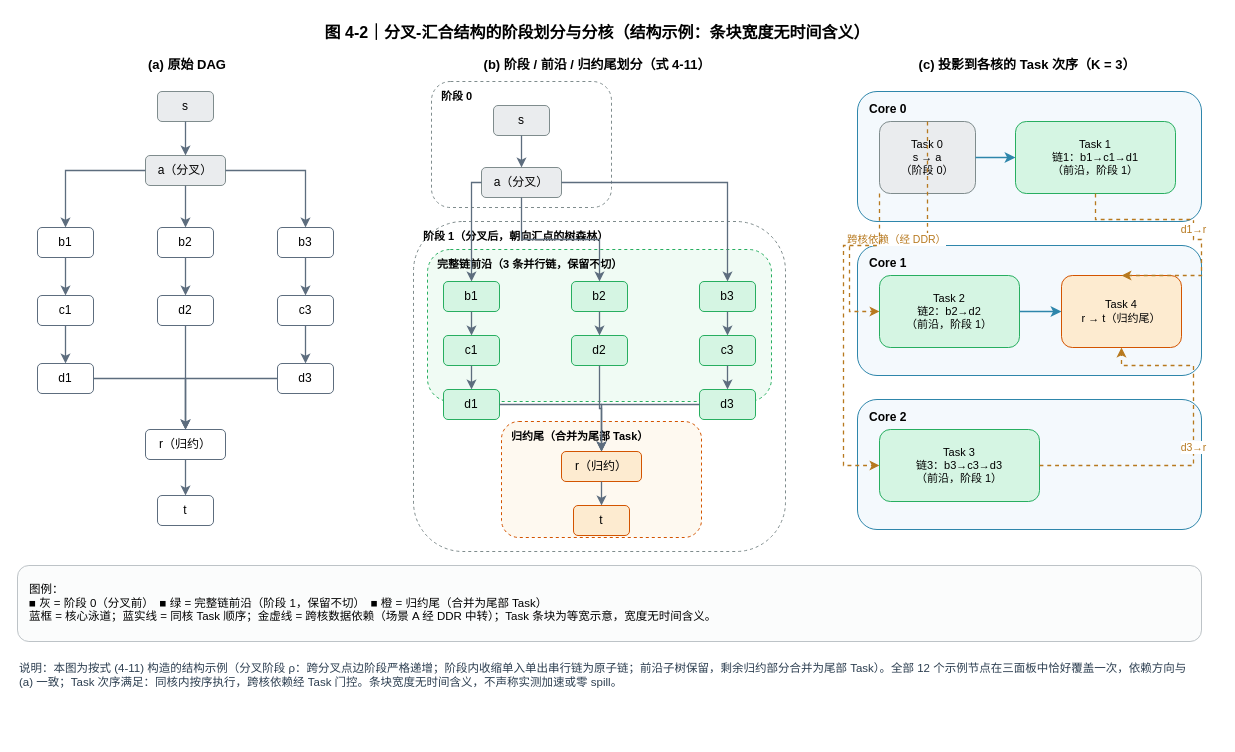
The draw.io diagram figures/a/jia-fig4-2-20260926/fig4-2-fork-join-partition.drawio in Vioano/huaweicup2026, before the edit. Source tidied: cells renumbered, new cells numbered last; positions are measured from the earlier drawing's top-left corner, leaving out a move shared by most shapes. Both pictures are drawn from the tidied source at 100%, with x=0, y=0 at pixel (17, 17).
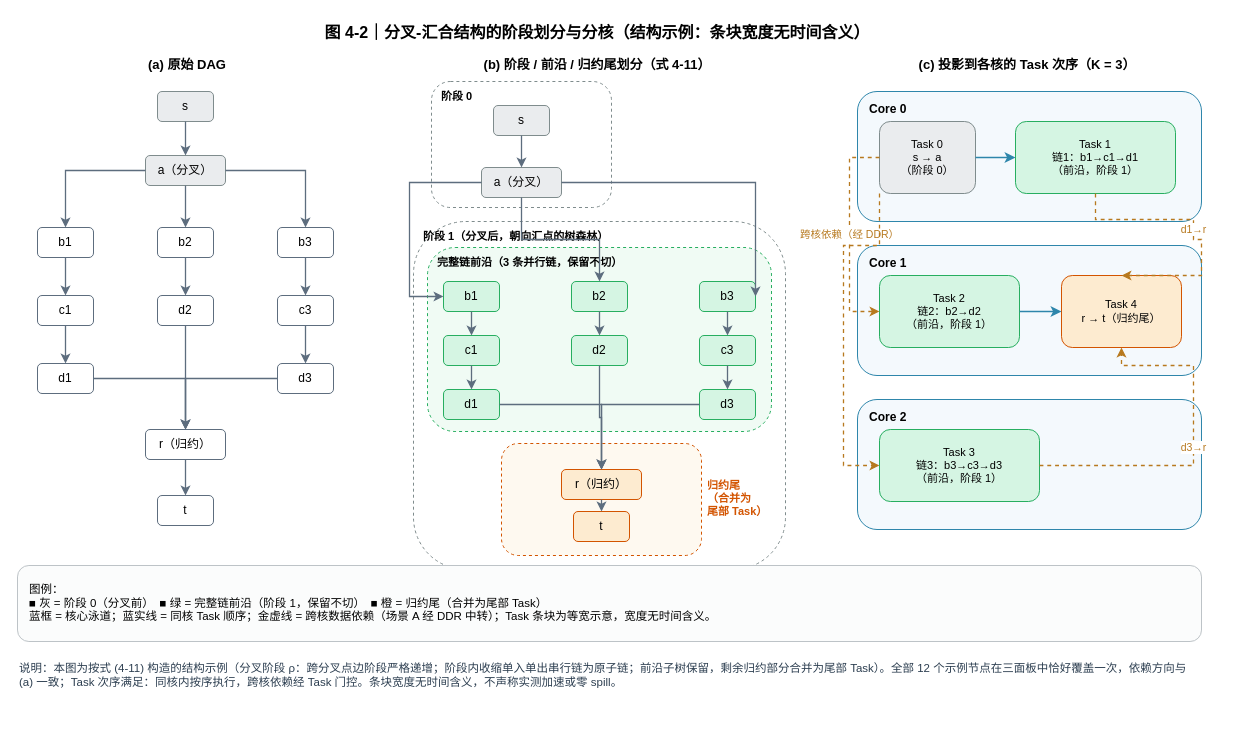
The same page after the edit.

Commit message (it also covers changes not shown here):
figures(4-2) v2: 13-edge convention, layout fixes, per-node CSV mapping, audit package, insert-width recheck

The change refers to these unchanged cells:
```xml
<mxCell id="35" value="a（分叉）" style="rounded=1;whiteSpace=wrap;html=1;fillColor=#EAECEE;strokeColor=#7F8C8D;fontSize=12;fontFamily=Microsoft YaHei;" parent="1" vertex="1">
  <mxGeometry x="464" y="150" width="80" height="30" as="geometry" />
</mxCell>
<mxCell id="36" value="b1" style="rounded=1;whiteSpace=wrap;html=1;fillColor=#D5F5E3;strokeColor=#27AE60;fontSize=12;fontFamily=Microsoft YaHei;" parent="1" vertex="1">
  <mxGeometry x="426" y="264" width="56" height="30" as="geometry" />
</mxCell>
<mxCell id="41" value="b3" style="rounded=1;whiteSpace=wrap;html=1;fillColor=#D5F5E3;strokeColor=#27AE60;fontSize=12;fontFamily=Microsoft YaHei;" parent="1" vertex="1">
  <mxGeometry x="682" y="264" width="56" height="30" as="geometry" />
</mxCell>
<mxCell id="63" value="Task 0&#10;s → a&#10;（阶段 0）" style="rounded=1;whiteSpace=wrap;html=1;fillColor=#EAECEE;strokeColor=#7F8C8D;fontSize=11;fontFamily=Microsoft YaHei;" parent="1" vertex="1">
  <mxGeometry x="862" y="104" width="96" height="72" as="geometry" />
</mxCell>
<mxCell id="65" value="Task 2&#10;链2：b2→d2&#10;（前沿，阶段 1）" style="rounded=1;whiteSpace=wrap;html=1;fillColor=#D5F5E3;strokeColor=#27AE60;fontSize=11;fontFamily=Microsoft YaHei;" parent="1" vertex="1">
  <mxGeometry x="862" y="258" width="140" height="72" as="geometry" />
</mxCell>
```

What changed in the source:
```diff
@@
     <mxCell id="31" value="阶段 1（分叉后，朝向汇点的树森林）" style="rounded=1;whiteSpace=wrap;html=1;dashed=1;fillColor=none;strokeColor=#7F8C8D;fontSize=11;fontStyle=1;fontFamily=Microsoft YaHei;verticalAlign=top;align=left;spacingLeft=8;spacingTop=2;" parent="1" vertex="1">
-      <mxGeometry x="396" y="204" width="372" height="330" as="geometry" />
+      <mxGeometry x="396" y="204" width="372" height="348" as="geometry" />
     </mxCell>
     <mxCell id="32" value="完整链前沿（3 条并行链，保留不切）" style="rounded=1;whiteSpace=wrap;html=1;dashed=1;fillColor=#F0FBF4;strokeColor=#27AE60;fontSize=11;fontStyle=1;fontFamily=Microsoft YaHei;verticalAlign=top;align=left;spacingLeft=8;spacingTop=2;" parent="1" vertex="1">
-      <mxGeometry x="410" y="232" width="344" height="152" as="geometry" />
+      <mxGeometry x="410" y="230" width="344" height="184" as="geometry" />
     </mxCell>
-    <mxCell id="33" value="归约尾（合并为尾部 Task）" style="rounded=1;whiteSpace=wrap;html=1;dashed=1;fillColor=#FEF9F0;strokeColor=#D35400;fontSize=11;fontStyle=1;fontFamily=Microsoft YaHei;verticalAlign=top;align=left;spacingLeft=8;spacingTop=2;" parent="1" vertex="1">
-      <mxGeometry x="484" y="404" width="200" height="116" as="geometry" />
+    <mxCell id="33" style="rounded=1;whiteSpace=wrap;html=1;dashed=1;fillColor=#FEF9F0;strokeColor=#D35400;fontSize=11;fontFamily=Microsoft YaHei;" parent="1" vertex="1">
+      <mxGeometry x="484" y="426" width="200" height="112" as="geometry" />
     </mxCell>
@@
     <mxCell id="44" value="r（归约）" style="rounded=1;whiteSpace=wrap;html=1;fillColor=#FDEBD0;strokeColor=#D35400;fontSize=12;fontFamily=Microsoft YaHei;" parent="1" vertex="1">
-      <mxGeometry x="544" y="434" width="80" height="30" as="geometry" />
+      <mxGeometry x="544" y="452" width="80" height="30" as="geometry" />
     </mxCell>
     <mxCell id="45" value="t" style="rounded=1;whiteSpace=wrap;html=1;fillColor=#FDEBD0;strokeColor=#D35400;fontSize=12;fontFamily=Microsoft YaHei;" parent="1" vertex="1">
-      <mxGeometry x="556" y="488" width="56" height="30" as="geometry" />
+      <mxGeometry x="556" y="494" width="56" height="30" as="geometry" />
     </mxCell>
@@
-    <mxCell id="47" style="edgeStyle=orthogonalEdgeStyle;rounded=0;html=1;strokeColor=#5D6D7E;strokeWidth=1.3;exitX=0;exitY=0.5;" parent="1" edge="1" source="35" target="36">
+    <mxCell id="47" style="edgeStyle=orthogonalEdgeStyle;rounded=0;html=1;strokeColor=#5D6D7E;strokeWidth=1.3;exitX=0;exitY=0.5;entryX=0;entryY=0.5;" parent="1" edge="1" source="35" target="36">
       <mxGeometry relative="1" as="geometry">
         <Array as="points">
-          <mxPoint x="454" y="165" />
+          <mxPoint x="392" y="165" />
+          <mxPoint x="392" y="279" />
         </Array>
       </mxGeometry>
     </mxCell>
@@
-    <mxCell id="49" style="edgeStyle=orthogonalEdgeStyle;rounded=0;html=1;strokeColor=#5D6D7E;strokeWidth=1.3;exitX=1;exitY=0.5;" parent="1" edge="1" source="35" target="41">
+    <mxCell id="49" style="edgeStyle=orthogonalEdgeStyle;rounded=0;html=1;strokeColor=#5D6D7E;strokeWidth=1.3;exitX=1;exitY=0.5;entryX=1;entryY=0.5;" parent="1" edge="1" source="35" target="41">
       <mxGeometry relative="1" as="geometry">
         <Array as="points">
-          <mxPoint x="710" y="165" />
+          <mxPoint x="738" y="165" />
+          <mxPoint x="738" y="279" />
         </Array>
       </mxGeometry>
     </mxCell>
@@
-    <mxCell id="70" value="跨核依赖（经 DDR）" style="edgeStyle=orthogonalEdgeStyle;rounded=0;html=1;strokeColor=#B7791F;strokeWidth=1.3;dashed=1;fontSize=10.5;fontColor=#B7791F;exitX=0.5;exitY=0;entryX=0;entryY=0.5;" parent="1" edge="1" source="63" target="65">
+    <mxCell id="70" value="跨核依赖（经 DDR）" style="edgeStyle=orthogonalEdgeStyle;rounded=0;html=1;strokeColor=#B7791F;strokeWidth=1.3;dashed=1;fontSize=10.5;fontColor=#B7791F;exitX=0;exitY=0.5;entryX=0;entryY=0.5;" parent="1" edge="1" source="63" target="65">
       <mxGeometry relative="1" as="geometry">
         <Array as="points">
-          <mxPoint x="910" y="222" />
-          <mxPoint x="832" y="222" />
+          <mxPoint x="832" y="140" />
           <mxPoint x="832" y="294" />
         </Array>
       </mxGeometry>
     </mxCell>
@@
+    <mxCell id="76" value="归约尾&#10;（合并为&#10;尾部 Task）" style="text;html=1;strokeColor=none;fillColor=none;align=left;verticalAlign=middle;whiteSpace=wrap;rounded=0;fontSize=11;fontStyle=1;fontColor=#D35400;fontFamily=Microsoft YaHei;" parent="1" vertex="1">
+      <mxGeometry x="688" y="446" width="72" height="70" as="geometry" />
+    </mxCell>
```
